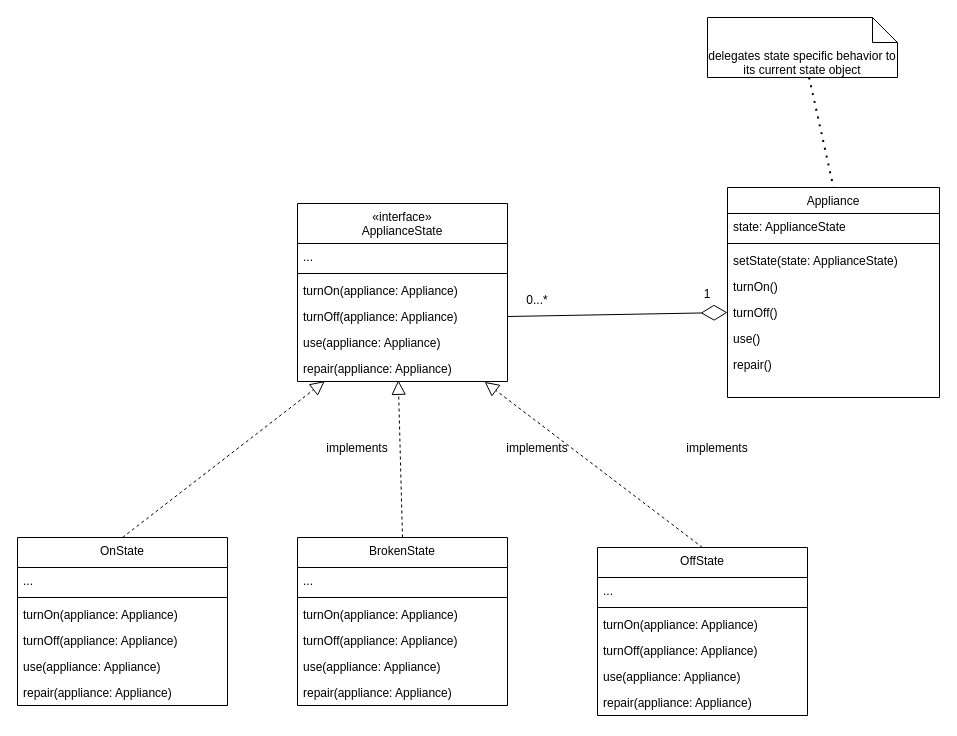
Before: state.drawio in alfacentaur1/omo_objectModel, a draw.io diagram. Source tidied: cells renumbered, new cells numbered last; positions are measured from the earlier drawing's top-left corner, leaving out a move shared by most shapes. Both pictures are drawn from the tidied source at 100%, with x=0, y=0 at pixel (17, 17).
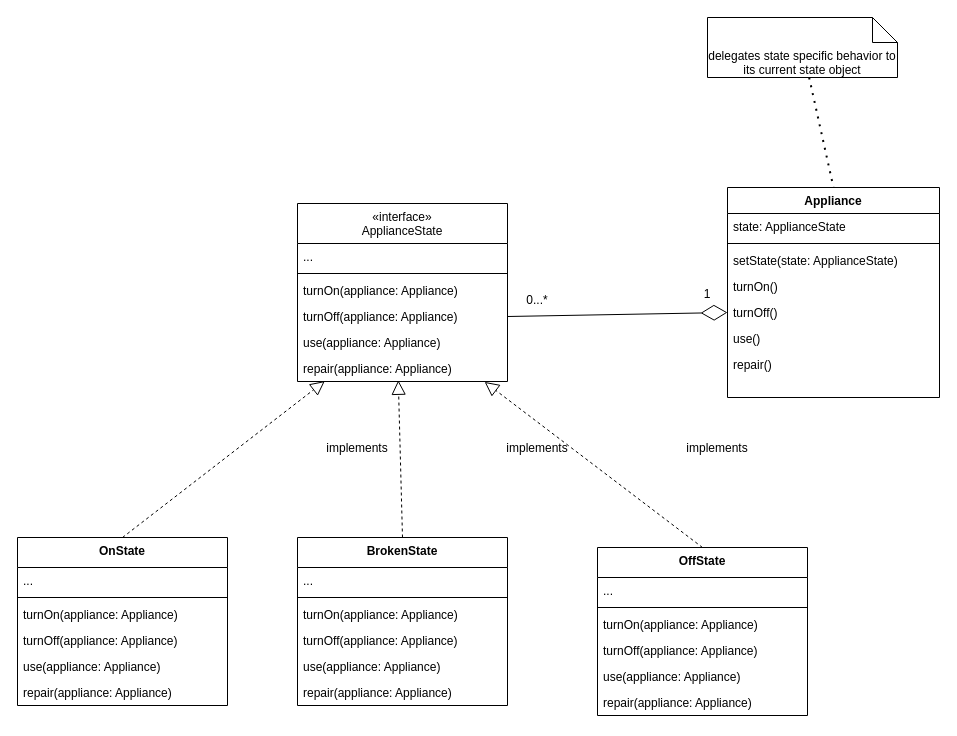
After the change.

Diff of the diagram source:
```diff
@@
-    <mxCell id="2" value="Appliance" style="swimlane;fontStyle=0;align=center;verticalAlign=top;horizontal=1;startSize=26;rounded=0;shadow=0;strokeWidth=1;" parent="1" vertex="1">
+    <mxCell id="2" value="Appliance" style="swimlane;fontStyle=1;align=center;verticalAlign=top;horizontal=1;startSize=26;rounded=0;shadow=0;strokeWidth=1;" parent="1" vertex="1">
       <mxGeometry x="710" y="170" width="212" height="210" as="geometry" />
     </mxCell>
@@
-    <mxCell id="17" value="&lt;div&gt;&lt;span style=&quot;font-weight: normal;&quot;&gt;OnState&lt;/span&gt;&lt;/div&gt;" style="swimlane;fontStyle=1;align=center;verticalAlign=top;horizontal=1;startSize=30;whiteSpace=wrap;html=1;" parent="1" vertex="1">
+    <mxCell id="17" value="&lt;div&gt;OnState&lt;/div&gt;" style="swimlane;fontStyle=1;align=center;verticalAlign=top;horizontal=1;startSize=30;whiteSpace=wrap;html=1;" parent="1" vertex="1">
       <mxGeometry y="520" width="210" height="168" as="geometry" />
     </mxCell>
@@
-    <mxCell id="24" value="&lt;div&gt;&lt;span style=&quot;font-weight: normal;&quot;&gt;OffState&lt;/span&gt;&lt;/div&gt;" style="swimlane;fontStyle=1;align=center;verticalAlign=top;horizontal=1;startSize=30;whiteSpace=wrap;html=1;" parent="1" vertex="1">
+    <mxCell id="24" value="&lt;div&gt;OffState&lt;/div&gt;" style="swimlane;fontStyle=1;align=center;verticalAlign=top;horizontal=1;startSize=30;whiteSpace=wrap;html=1;" parent="1" vertex="1">
       <mxGeometry x="580" y="530" width="210" height="168" as="geometry" />
     </mxCell>
@@
-    <mxCell id="31" value="&lt;div&gt;&lt;span style=&quot;font-weight: normal;&quot;&gt;BrokenState&lt;/span&gt;&lt;/div&gt;" style="swimlane;fontStyle=1;align=center;verticalAlign=top;horizontal=1;startSize=30;whiteSpace=wrap;html=1;" parent="1" vertex="1">
+    <mxCell id="31" value="&lt;div&gt;BrokenState&lt;/div&gt;" style="swimlane;fontStyle=1;align=center;verticalAlign=top;horizontal=1;startSize=30;whiteSpace=wrap;html=1;" parent="1" vertex="1">
       <mxGeometry x="280" y="520" width="210" height="168" as="geometry" />
     </mxCell>
```
